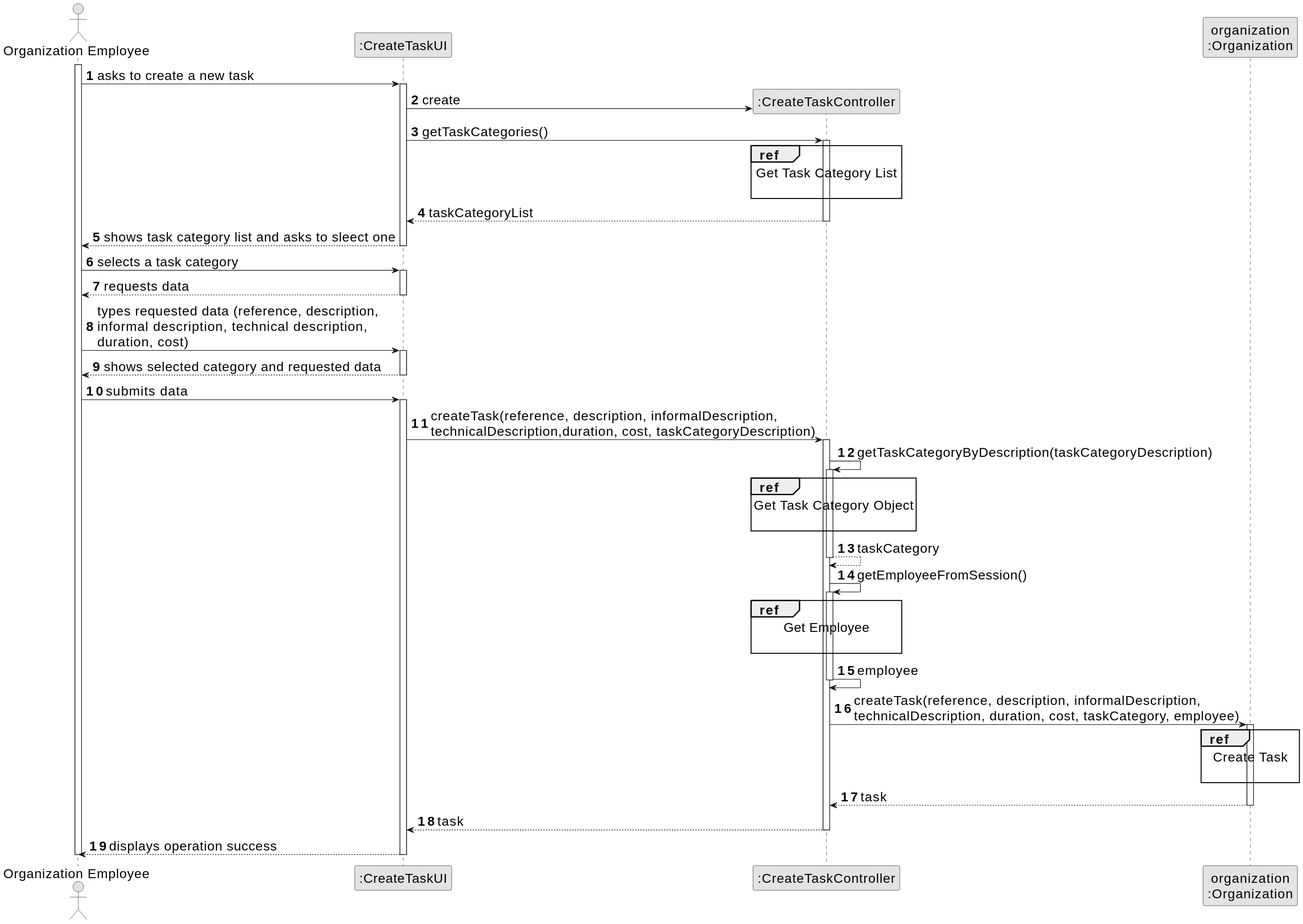
Earlier version of the PlantUML export docs/sprint2/us001/03.design/svg/us001-sequence-diagram-split.svg (tiagosoa/lei-24-s2-1dgh-g073).
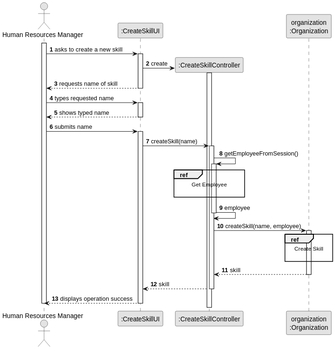
Later version of the same file.

The edit, as a diff of the source:
```diff
@@ -1,65 +1,39 @@
 @startuml
-skinparamlocked defaultFontSize 20
 skinparam monochrome true
 skinparam packageStyle rectangle
 skinparam shadowing false
 
 autonumber
 
-actor "Organization Employee" as ADM
-participant ":CreateTaskUI" as UI
-participant ":CreateTaskController" as CTRL
+actor "Human Resources Manager" as ADM
+participant ":CreateSkillUI" as UI
+participant ":CreateSkillController" as CTRL
 participant "organization\n:Organization" as ORG
 
 activate ADM
 
-    ADM -> UI : asks to create a new task
+    ADM -> UI : asks to create a new skill
 
     activate UI
 
         UI -> CTRL** : create
-        UI -> CTRL : getTaskCategories()
-        ref over CTRL
-            Get Task Category List
-
-        end ref
 
         activate CTRL
 
-            CTRL --> UI : taskCategoryList
-        deactivate CTRL
-
-        UI --> ADM : shows task category list and asks to sleect one
+        UI --> ADM : requests name of skill
     deactivate UI
 
-    ADM -> UI : selects a task category
+    ADM -> UI : types requested name
     activate UI
 
-        UI --> ADM : requests data
+        UI --> ADM : shows typed name
     deactivate UI
 
-    ADM -> UI : types requested data (reference, description,\ninformal description, technical description,\nduration, cost)
+    ADM -> UI : submits name
     activate UI
 
-        UI --> ADM : shows selected category and requested data
-    deactivate UI
-
-    ADM -> UI : submits data
-    activate UI
-
-        UI -> CTRL : createTask(reference, description, informalDescription,\ntechnicalDescription,duration, cost, taskCategoryDescription)
+        UI -> CTRL : createSkill(name)
         activate CTRL
-
-            CTRL -> CTRL : getTaskCategoryByDescription(taskCategoryDescription)
-            activate CTRL
-
-                ref over CTRL
-                    Get Task Category Object
-
-                end ref
-
-                CTRL --> CTRL : taskCategory
-            deactivate CTRL
 
             CTRL -> CTRL : getEmployeeFromSession()
             activate CTRL
@@ -71,18 +45,18 @@
                 CTRL -> CTRL : employee
             deactivate CTRL
 
-            CTRL -> ORG: createTask(reference, description, informalDescription,\ntechnicalDescription, duration, cost, taskCategory, employee)
+            CTRL -> ORG: createSkill(name, employee)
             activate ORG
 
                 ref over ORG
-                    Create Task
+                    Create Skill
 
                 end
 
-                ORG --> CTRL : task
+                ORG --> CTRL : skill
             deactivate ORG
 
-            CTRL --> UI: task
+            CTRL --> UI: skill
             deactivate CTRL
             UI --> ADM: displays operation success
     deactivate UI
```
